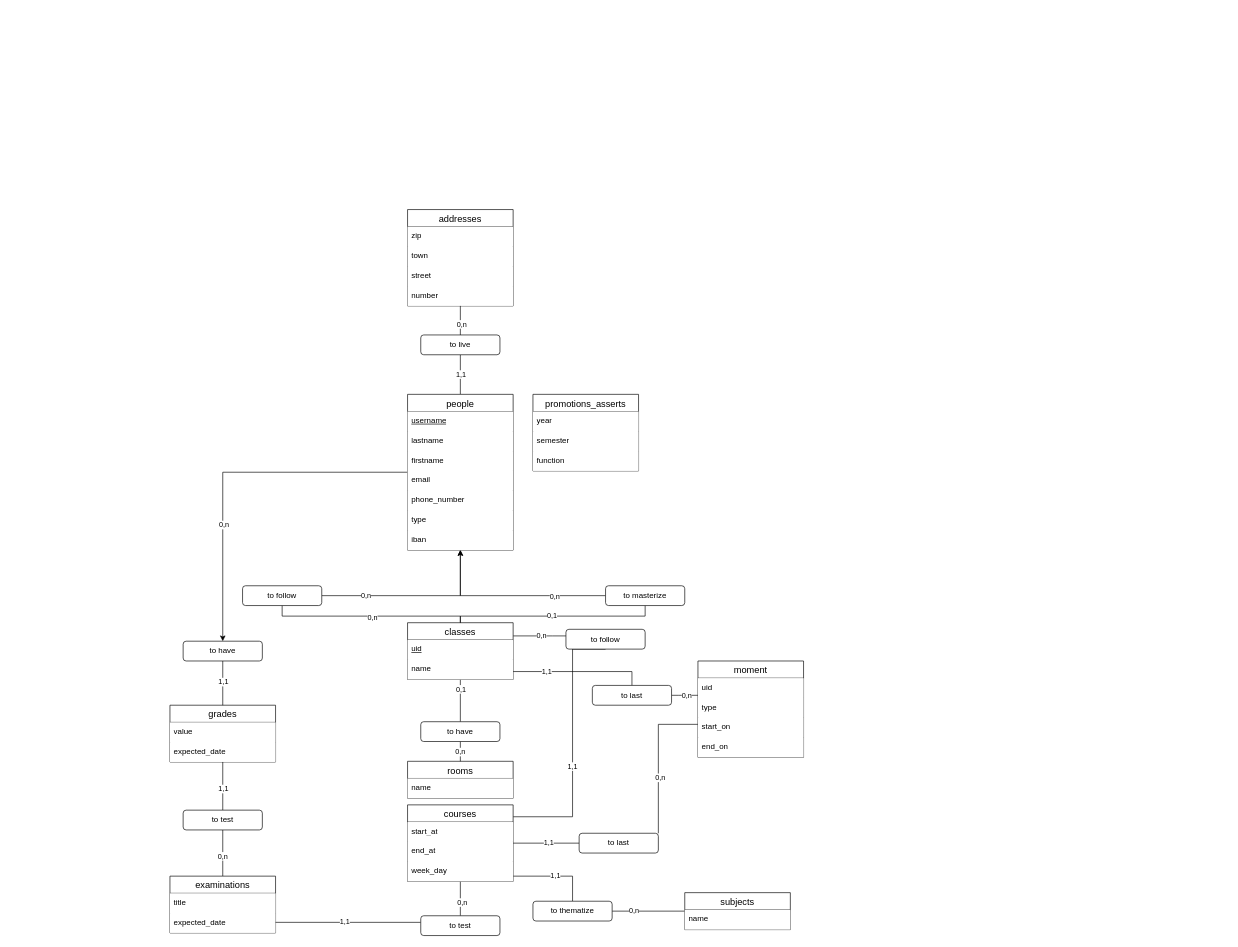
The draw.io diagram MCD.drawio in drutz-cpnv/slq-gest-es, before the edit. Source tidied: cells renumbered, new cells numbered last; positions are measured from the earlier drawing's top-left corner, leaving out a move shared by most shapes. Both pictures are drawn from the tidied source at 66%, with x=0, y=0 at pixel (170, 209).
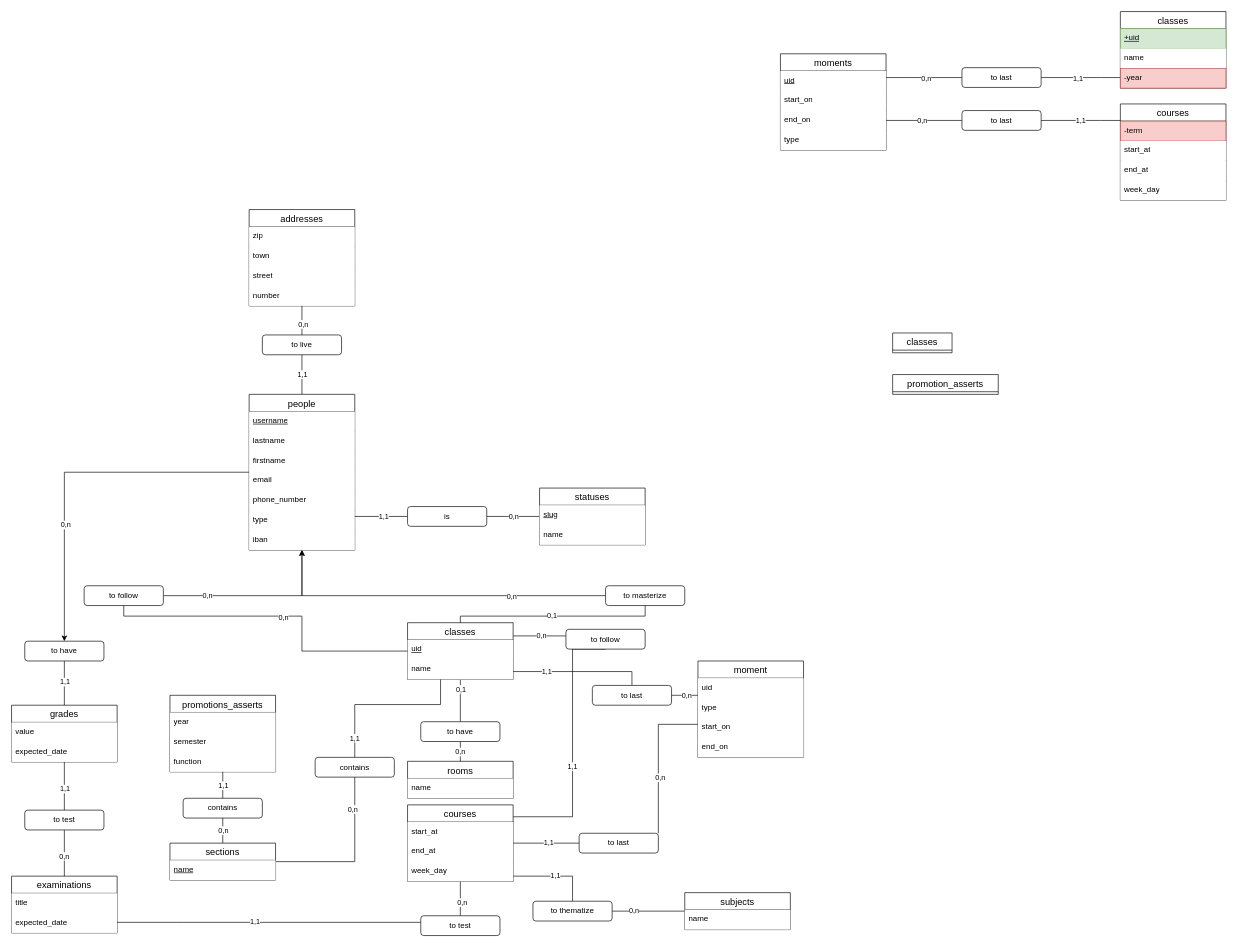
Above is the later version.

Unchanged cells that the change refers to:
```xml
<mxCell id="28" value="classes" style="swimlane;fontStyle=0;horizontal=1;startSize=26;align=center;fontSize=14;" parent="1" vertex="1">
  <mxGeometry x="360" y="626" width="160" height="86" as="geometry" />
</mxCell>
<mxCell id="68" value="to test" style="rounded=1;whiteSpace=wrap;html=1;" parent="1" vertex="1">
  <mxGeometry x="380" y="1070" width="120" height="30" as="geometry" />
</mxCell>
```

The edit, as a diff of the source:
```diff
@@
     <mxCell id="6" value="people" style="swimlane;fontStyle=0;horizontal=1;startSize=26;align=center;fontSize=14;" parent="1" vertex="1">
-      <mxGeometry x="360" y="280" width="160" height="236" as="geometry" />
+      <mxGeometry x="120" y="280" width="160" height="236" as="geometry" />
     </mxCell>
@@
     <mxCell id="14" value="addresses" style="swimlane;fontStyle=0;horizontal=1;startSize=26;align=center;fontSize=14;labelBackgroundColor=none;fillStyle=solid;" parent="1" vertex="1">
-      <mxGeometry x="360" width="160" height="146" as="geometry" />
+      <mxGeometry x="120" width="160" height="146" as="geometry" />
     </mxCell>
@@
     <mxCell id="21" value="to live" style="rounded=1;whiteSpace=wrap;html=1;" parent="1" vertex="1">
-      <mxGeometry x="380" y="190" width="120" height="30" as="geometry" />
+      <mxGeometry x="140" y="190" width="120" height="30" as="geometry" />
     </mxCell>
     <mxCell id="22" style="edgeStyle=orthogonalEdgeStyle;rounded=0;orthogonalLoop=1;jettySize=auto;html=1;endArrow=none;endFill=0;" parent="1" edge="1">
       <mxGeometry relative="1" as="geometry">
-        <mxPoint x="680" y="526" as="sourcePoint" />
+        <mxPoint x="440" y="526" as="sourcePoint" />
       </mxGeometry>
     </mxCell>
@@
     <mxCell id="50" style="edgeStyle=orthogonalEdgeStyle;rounded=0;jettySize=auto;html=1;endArrow=none;endFill=0;" parent="1" edge="1" source="80" target="28">
       <mxGeometry relative="1" as="geometry">
         <Array as="points">
-          <mxPoint x="170" y="616" />
-          <mxPoint x="440" y="616" />
+          <mxPoint x="-70" y="616" />
+          <mxPoint x="200" y="616" />
         </Array>
       </mxGeometry>
     </mxCell>
@@
     <mxCell id="52" style="edgeStyle=orthogonalEdgeStyle;rounded=0;orthogonalLoop=1;jettySize=auto;html=1;endArrow=none;endFill=0;" parent="1" edge="1">
       <mxGeometry relative="1" as="geometry">
-        <mxPoint x="680" y="583" as="sourcePoint" />
+        <mxPoint x="440" y="583" as="sourcePoint" />
       </mxGeometry>
     </mxCell>
@@
     <mxCell id="63" value="examinations" style="swimlane;fontStyle=0;horizontal=1;startSize=26;align=center;fontSize=14;" parent="1" vertex="1">
-      <mxGeometry y="1010" width="160" height="86" as="geometry" />
+      <mxGeometry x="-240" y="1010" width="160" height="86" as="geometry" />
     </mxCell>
@@
     <mxCell id="66" style="edgeStyle=orthogonalEdgeStyle;rounded=0;jettySize=auto;html=1;endArrow=none;endFill=0;" parent="1" edge="1" source="68" target="63">
       <mxGeometry relative="1" as="geometry">
         <Array as="points">
-          <mxPoint x="260" y="1080" />
-          <mxPoint x="260" y="1080" />
+          <mxPoint x="20" y="1080" />
+          <mxPoint x="20" y="1080" />
         </Array>
       </mxGeometry>
     </mxCell>
@@
     <mxCell id="69" value="grades" style="swimlane;fontStyle=0;horizontal=1;startSize=26;align=center;fontSize=14;" parent="1" vertex="1">
-      <mxGeometry y="751" width="160" height="86" as="geometry" />
+      <mxGeometry x="-240" y="751" width="160" height="86" as="geometry" />
     </mxCell>
@@
     <mxCell id="74" value="to test" style="rounded=1;whiteSpace=wrap;html=1;" parent="1" vertex="1">
-      <mxGeometry x="20" y="910" width="120" height="30" as="geometry" />
+      <mxGeometry x="-220" y="910" width="120" height="30" as="geometry" />
     </mxCell>
@@
     <mxCell id="77" value="to have" style="rounded=1;whiteSpace=wrap;html=1;" parent="1" vertex="1">
-      <mxGeometry x="20" y="654" width="120" height="30" as="geometry" />
+      <mxGeometry x="-220" y="654" width="120" height="30" as="geometry" />
     </mxCell>
@@
     <mxCell id="80" value="to follow" style="rounded=1;whiteSpace=wrap;html=1;" parent="1" vertex="1">
-      <mxGeometry x="110" y="570" width="120" height="30" as="geometry" />
+      <mxGeometry x="-130" y="570" width="120" height="30" as="geometry" />
     </mxCell>
     <mxCell id="81" value="promotions_asserts" style="swimlane;fontStyle=0;horizontal=1;startSize=26;align=center;fontSize=14;" parent="1" vertex="1">
-      <mxGeometry x="550" y="280" width="160" height="116" as="geometry" />
+      <mxGeometry y="736" width="160" height="116" as="geometry" />
     </mxCell>
@@
+    <mxCell id="100" style="edgeStyle=orthogonalEdgeStyle;rounded=0;jettySize=auto;html=1;endArrow=none;endFill=0;" parent="1" edge="1" source="102" target="107">
+      <mxGeometry relative="1" as="geometry" />
+    </mxCell>
+    <mxCell id="101" value="0,n" style="edgeLabel;html=1;align=center;verticalAlign=middle;" parent="100" vertex="1">
+      <mxGeometry x="0.21" y="-1" relative="1" as="geometry">
+        <mxPoint x="8" y="1" as="offset" />
+      </mxGeometry>
+    </mxCell>
+    <mxCell id="102" value="statuses" style="swimlane;fontStyle=0;horizontal=1;startSize=26;align=center;fontSize=14;" parent="1" vertex="1">
+      <mxGeometry x="560" y="422" width="160" height="86" as="geometry" />
+    </mxCell>
+    <mxCell id="103" value="slug" style="text;strokeColor=none;fillColor=default;spacingLeft=4;spacingRight=4;overflow=hidden;fontSize=12;whiteSpace=wrap;html=1;fontStyle=4;" parent="102" vertex="1">
+      <mxGeometry y="26" width="160" height="30" as="geometry" />
+    </mxCell>
+    <mxCell id="104" value="name" style="text;strokeColor=none;fillColor=default;spacingLeft=4;spacingRight=4;overflow=hidden;fontSize=12;whiteSpace=wrap;html=1;" parent="102" vertex="1">
+      <mxGeometry y="56" width="160" height="30" as="geometry" />
+    </mxCell>
+    <mxCell id="105" style="edgeStyle=orthogonalEdgeStyle;rounded=0;jettySize=auto;html=1;endArrow=none;endFill=0;" parent="1" edge="1" source="107" target="6">
+      <mxGeometry relative="1" as="geometry">
+        <Array as="points">
+          <mxPoint x="300" y="465" />
+          <mxPoint x="300" y="465" />
+        </Array>
+      </mxGeometry>
+    </mxCell>
+    <mxCell id="106" value="1,1" style="edgeLabel;html=1;align=center;verticalAlign=middle;" parent="105" vertex="1">
+      <mxGeometry x="-0.07" y="-1" relative="1" as="geometry" />
+    </mxCell>
+    <mxCell id="107" value="is" style="rounded=1;whiteSpace=wrap;html=1;" parent="1" vertex="1">
+      <mxGeometry x="360" y="450" width="120" height="30" as="geometry" />
+    </mxCell>
+    <mxCell id="108" style="edgeStyle=orthogonalEdgeStyle;rounded=0;jettySize=auto;html=1;endArrow=none;endFill=0;" parent="1" edge="1" source="110" target="116">
+      <mxGeometry relative="1" as="geometry">
+        <Array as="points">
+          <mxPoint x="1410" y="-200" />
+          <mxPoint x="1410" y="-200" />
+        </Array>
+      </mxGeometry>
+    </mxCell>
+    <mxCell id="109" value="1,1" style="edgeLabel;html=1;align=center;verticalAlign=middle;" parent="108" vertex="1">
+      <mxGeometry x="0.21" y="-1" relative="1" as="geometry">
+        <mxPoint x="8" y="1" as="offset" />
+      </mxGeometry>
+    </mxCell>
+    <mxCell id="110" value="classes" style="swimlane;fontStyle=0;horizontal=1;startSize=26;align=center;fontSize=14;" parent="1" vertex="1">
+      <mxGeometry x="1440" y="-300" width="160" height="116" as="geometry" />
+    </mxCell>
+    <mxCell id="111" value="+uid" style="text;strokeColor=#82b366;fillColor=#d5e8d4;spacingLeft=4;spacingRight=4;overflow=hidden;fontSize=12;whiteSpace=wrap;html=1;fontStyle=4;" parent="110" vertex="1">
+      <mxGeometry y="26" width="160" height="30" as="geometry" />
+    </mxCell>
+    <mxCell id="112" value="name" style="text;strokeColor=none;fillColor=default;spacingLeft=4;spacingRight=4;overflow=hidden;fontSize=12;whiteSpace=wrap;html=1;" parent="110" vertex="1">
+      <mxGeometry y="56" width="160" height="30" as="geometry" />
+    </mxCell>
+    <mxCell id="113" value="-year" style="text;strokeColor=#b85450;fillColor=#f8cecc;spacingLeft=4;spacingRight=4;overflow=hidden;fontSize=12;whiteSpace=wrap;html=1;" parent="110" vertex="1">
+      <mxGeometry y="86" width="160" height="30" as="geometry" />
+    </mxCell>
+    <mxCell id="114" style="edgeStyle=orthogonalEdgeStyle;rounded=0;jettySize=auto;html=1;endArrow=none;endFill=0;" parent="1" edge="1" source="116" target="119">
+      <mxGeometry relative="1" as="geometry">
+        <Array as="points">
+          <mxPoint x="1120" y="-200" />
+          <mxPoint x="1120" y="-200" />
+        </Array>
+      </mxGeometry>
+    </mxCell>
+    <mxCell id="115" value="0,n" style="edgeLabel;html=1;align=center;verticalAlign=middle;" parent="114" vertex="1">
+      <mxGeometry x="-0.05" y="1" relative="1" as="geometry" />
+    </mxCell>
+    <mxCell id="116" value="to last" style="rounded=1;whiteSpace=wrap;html=1;" parent="1" vertex="1">
+      <mxGeometry x="1200" y="-215" width="120" height="30" as="geometry" />
+    </mxCell>
+    <mxCell id="117" style="edgeStyle=orthogonalEdgeStyle;rounded=0;jettySize=auto;html=1;endArrow=none;endFill=0;" parent="1" edge="1" source="119" target="145">
+      <mxGeometry relative="1" as="geometry">
+        <Array as="points">
+          <mxPoint x="1120" y="-135" />
+          <mxPoint x="1120" y="-135" />
+        </Array>
+      </mxGeometry>
+    </mxCell>
+    <mxCell id="118" value="0,n" style="edgeLabel;html=1;align=center;verticalAlign=middle;" parent="117" vertex="1">
+      <mxGeometry x="0.19" y="-2" relative="1" as="geometry">
+        <mxPoint x="-14" y="-2" as="offset" />
+      </mxGeometry>
+    </mxCell>
+    <mxCell id="119" value="moments" style="swimlane;fontStyle=0;horizontal=1;startSize=26;align=center;fontSize=14;" parent="1" vertex="1">
+      <mxGeometry x="925" y="-236" width="160" height="146" as="geometry" />
+    </mxCell>
+    <mxCell id="120" value="uid" style="text;strokeColor=none;fillColor=default;spacingLeft=4;spacingRight=4;overflow=hidden;fontSize=12;whiteSpace=wrap;html=1;fontStyle=4;" parent="119" vertex="1">
+      <mxGeometry y="26" width="160" height="30" as="geometry" />
+    </mxCell>
+    <mxCell id="121" value="start_on" style="text;strokeColor=none;fillColor=default;spacingLeft=4;spacingRight=4;overflow=hidden;fontSize=12;whiteSpace=wrap;html=1;" parent="119" vertex="1">
+      <mxGeometry y="56" width="160" height="30" as="geometry" />
+    </mxCell>
+    <mxCell id="122" value="end_on" style="text;strokeColor=none;fillColor=default;spacingLeft=4;spacingRight=4;overflow=hidden;fontSize=12;whiteSpace=wrap;html=1;" parent="119" vertex="1">
+      <mxGeometry y="86" width="160" height="30" as="geometry" />
+    </mxCell>
+    <mxCell id="123" value="type" style="text;strokeColor=none;fillColor=default;spacingLeft=4;spacingRight=4;overflow=hidden;fontSize=12;whiteSpace=wrap;html=1;" parent="119" vertex="1">
+      <mxGeometry y="116" width="160" height="30" as="geometry" />
+    </mxCell>
+    <mxCell id="124" value="classes" style="swimlane;fontStyle=0;horizontal=1;startSize=26;align=center;fontSize=14;" parent="1" vertex="1" collapsed="1">
+      <mxGeometry x="1095" y="187" width="90" height="30" as="geometry" />
+    </mxCell>
+    <mxCell id="125" style="edgeStyle=orthogonalEdgeStyle;rounded=0;jettySize=auto;html=1;endArrow=none;endFill=0;" parent="1" edge="1" source="127" target="28">
+      <mxGeometry relative="1" as="geometry">
+        <Array as="points">
+          <mxPoint x="280" y="750" />
+          <mxPoint x="410" y="750" />
+        </Array>
+      </mxGeometry>
+    </mxCell>
+    <mxCell id="126" value="1,1" style="edgeLabel;html=1;align=center;verticalAlign=middle;" parent="125" vertex="1">
+      <mxGeometry x="-0.76" y="1" relative="1" as="geometry" />
+    </mxCell>
+    <mxCell id="127" value="contains" style="rounded=1;whiteSpace=wrap;html=1;" parent="1" vertex="1">
+      <mxGeometry x="220" y="830" width="120" height="30" as="geometry" />
+    </mxCell>
+    <mxCell id="128" style="edgeStyle=orthogonalEdgeStyle;rounded=0;jettySize=auto;html=1;endArrow=none;endFill=0;" parent="1" edge="1" source="132" target="127">
+      <mxGeometry relative="1" as="geometry" />
+    </mxCell>
+    <mxCell id="129" value="0,n" style="edgeLabel;html=1;align=center;verticalAlign=middle;" parent="128" vertex="1">
+      <mxGeometry x="0.61" y="2" relative="1" as="geometry">
+        <mxPoint x="-2" as="offset" />
+      </mxGeometry>
+    </mxCell>
+    <mxCell id="130" style="edgeStyle=orthogonalEdgeStyle;rounded=0;jettySize=auto;html=1;endArrow=none;endFill=0;" parent="1" edge="1" source="132" target="137">
+      <mxGeometry relative="1" as="geometry" />
+    </mxCell>
+    <mxCell id="131" value="0,n" style="edgeLabel;html=1;align=center;verticalAlign=middle;" parent="130" vertex="1">
+      <mxGeometry x="0.63" relative="1" as="geometry">
+        <mxPoint y="10" as="offset" />
+      </mxGeometry>
+    </mxCell>
+    <mxCell id="132" value="sections" style="swimlane;fontStyle=0;horizontal=1;startSize=26;align=center;fontSize=14;" parent="1" vertex="1">
+      <mxGeometry y="960" width="160" height="56" as="geometry" />
+    </mxCell>
+    <mxCell id="133" value="name" style="text;strokeColor=none;fillColor=default;spacingLeft=4;spacingRight=4;overflow=hidden;fontSize=12;whiteSpace=wrap;html=1;fontStyle=4;" parent="132" vertex="1">
+      <mxGeometry y="26" width="160" height="30" as="geometry" />
+    </mxCell>
+    <mxCell id="134" value="promotion_asserts" style="swimlane;fontStyle=0;horizontal=1;startSize=26;align=center;fontSize=14;" parent="1" vertex="1" collapsed="1">
+      <mxGeometry x="1095" y="250" width="160" height="30" as="geometry" />
+    </mxCell>
+    <mxCell id="135" style="edgeStyle=orthogonalEdgeStyle;rounded=0;jettySize=auto;html=1;endArrow=none;endFill=0;" parent="1" edge="1" source="137" target="81">
+      <mxGeometry relative="1" as="geometry" />
+    </mxCell>
+    <mxCell id="136" value="1,1" style="edgeLabel;html=1;align=center;verticalAlign=middle;" parent="135" vertex="1">
+      <mxGeometry x="-0.02" relative="1" as="geometry" />
+    </mxCell>
+    <mxCell id="137" value="contains" style="rounded=1;whiteSpace=wrap;html=1;" parent="1" vertex="1">
+      <mxGeometry x="20" y="892" width="120" height="30" as="geometry" />
+    </mxCell>
+    <mxCell id="138" value="courses" style="swimlane;fontStyle=0;horizontal=1;startSize=26;align=center;fontSize=14;" parent="1" vertex="1">
+      <mxGeometry x="1440" y="-160" width="160" height="146" as="geometry" />
+    </mxCell>
+    <mxCell id="139" value="-term" style="text;strokeColor=#b85450;fillColor=#f8cecc;spacingLeft=4;spacingRight=4;overflow=hidden;fontSize=12;whiteSpace=wrap;html=1;" parent="138" vertex="1">
+      <mxGeometry y="26" width="160" height="30" as="geometry" />
+    </mxCell>
+    <mxCell id="140" value="start_at" style="text;strokeColor=none;fillColor=default;spacingLeft=4;spacingRight=4;overflow=hidden;fontSize=12;whiteSpace=wrap;html=1;" parent="138" vertex="1">
+      <mxGeometry y="56" width="160" height="30" as="geometry" />
+    </mxCell>
+    <mxCell id="141" value="end_at" style="text;strokeColor=none;fillColor=default;spacingLeft=4;spacingRight=4;overflow=hidden;fontSize=12;whiteSpace=wrap;html=1;" parent="138" vertex="1">
+      <mxGeometry y="86" width="160" height="30" as="geometry" />
+    </mxCell>
+    <mxCell id="142" value="week_day" style="text;strokeColor=none;fillColor=default;spacingLeft=4;spacingRight=4;overflow=hidden;fontSize=12;whiteSpace=wrap;html=1;" parent="138" vertex="1">
+      <mxGeometry y="116" width="160" height="30" as="geometry" />
+    </mxCell>
+    <mxCell id="143" style="edgeStyle=orthogonalEdgeStyle;rounded=0;jettySize=auto;html=1;endArrow=none;endFill=0;" parent="1" edge="1" source="145" target="138">
+      <mxGeometry relative="1" as="geometry">
+        <Array as="points">
+          <mxPoint x="1410" y="-135" />
+          <mxPoint x="1410" y="-135" />
+        </Array>
+      </mxGeometry>
+    </mxCell>
+    <mxCell id="144" value="1,1" style="edgeLabel;html=1;align=center;verticalAlign=middle;" parent="143" vertex="1">
+      <mxGeometry x="-0.01" y="1" relative="1" as="geometry" />
+    </mxCell>
+    <mxCell id="145" value="to last" style="rounded=1;whiteSpace=wrap;html=1;" parent="1" vertex="1">
+      <mxGeometry x="1200" y="-150" width="120" height="30" as="geometry" />
+    </mxCell>
```
